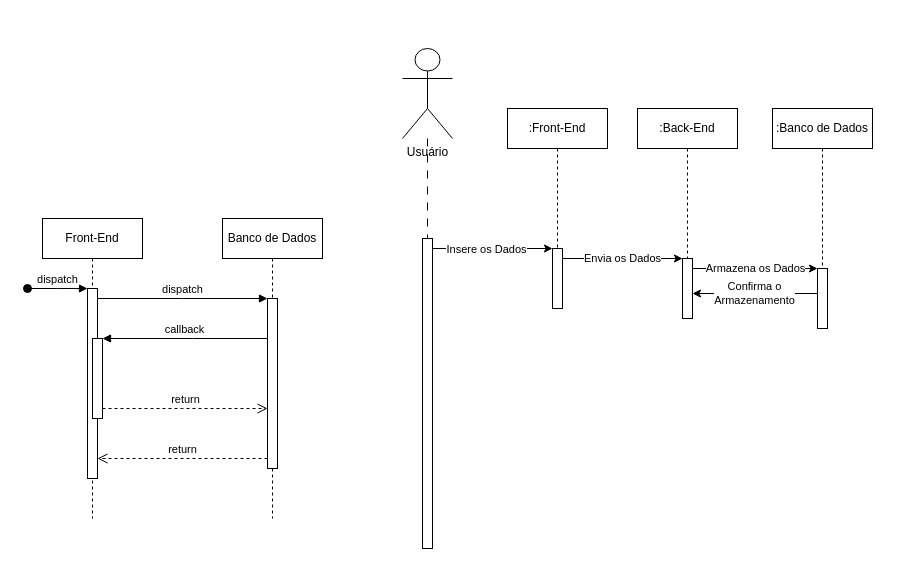
VerbalThree/OpenVoice keeps this draw.io diagram as misc/diagramas/Diagrama de Sequência/Diagrama de Sequência.drawio. Above is the earlier version. Source tidied: cells renumbered, new cells numbered last; positions are measured from the earlier drawing's top-left corner, leaving out a move shared by most shapes. Both pictures are drawn from the tidied source at 100%, with x=0, y=0 at pixel (27, 48).
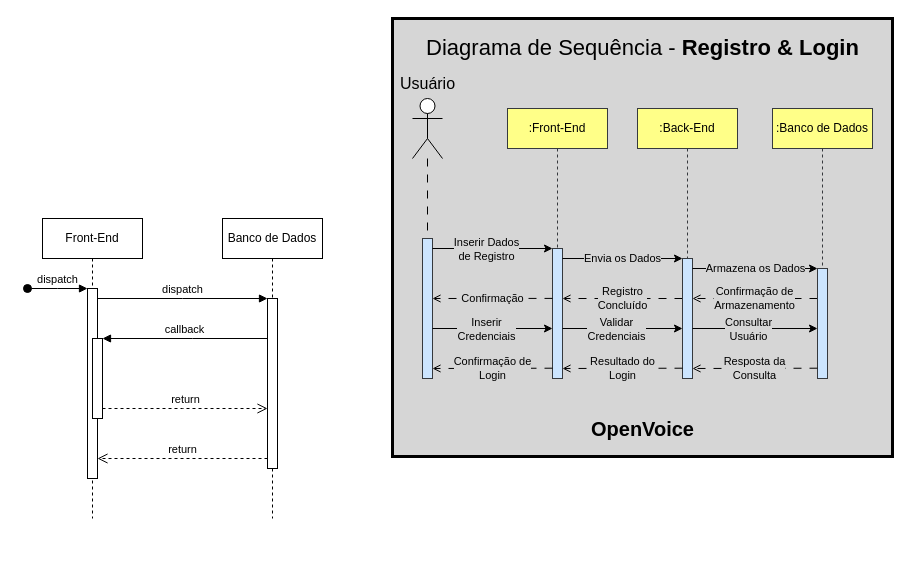
Above is the later version.

The change refers to these unchanged cells:
```xml
<mxCell id="19" style="endArrow=classic;html=1;rounded=0;" parent="1" edge="1" target="18">
  <mxGeometry relative="1" as="geometry">
    <mxPoint x="405" y="200" as="sourcePoint" />
    <Array as="points">
      <mxPoint x="465" y="200" />
    </Array>
  </mxGeometry>
</mxCell>
```

Change to the diagram source:
```diff
@@
+    <mxCell id="26" style="rounded=0;whiteSpace=wrap;html=1;font-weight:bold;strokeWidth=3;perimeterSpacing=0;fillColor=#D6D6D6;fillStyle=solid;" parent="1" vertex="1">
+      <mxGeometry x="365" y="-30" width="500" height="438" as="geometry" />
+    </mxCell>
@@
-    <mxCell id="13" value="Usuário" style="shape=umlActor;verticalLabelPosition=bottom;verticalAlign=top;html=1;outlineConnect=0;" parent="1" vertex="1">
-      <mxGeometry x="375" width="50" height="90" as="geometry" />
+    <mxCell id="13" style="shape=umlActor;verticalLabelPosition=bottom;verticalAlign=top;html=1;outlineConnect=0;" parent="1" vertex="1">
+      <mxGeometry x="385" y="50" width="30" height="60" as="geometry" />
     </mxCell>
-    <mxCell id="14" value=":Front-End" style="shape=umlLifeline;perimeter=lifelinePerimeter;whiteSpace=wrap;html=1;newEdgeStyle={&quot;edgeStyle&quot;:&quot;elbowEdgeStyle&quot;,&quot;elbow&quot;:&quot;vertical&quot;,&quot;curved&quot;:0,&quot;rounded&quot;:0};" parent="1" vertex="1">
+    <mxCell id="14" value=":Front-End" style="shape=umlLifeline;perimeter=lifelinePerimeter;whiteSpace=wrap;html=1;newEdgeStyle={&quot;edgeStyle&quot;:&quot;elbowEdgeStyle&quot;,&quot;elbow&quot;:&quot;vertical&quot;,&quot;curved&quot;:0,&quot;rounded&quot;:0};fillColor=#ffff88;strokeColor=#36393d;" parent="1" vertex="1">
       <mxGeometry x="480" y="60" width="100" height="150" as="geometry" />
     </mxCell>
-    <mxCell id="15" value=":Banco de Dados" style="shape=umlLifeline;perimeter=lifelinePerimeter;whiteSpace=wrap;html=1;newEdgeStyle={&quot;edgeStyle&quot;:&quot;elbowEdgeStyle&quot;,&quot;elbow&quot;:&quot;vertical&quot;,&quot;curved&quot;:0,&quot;rounded&quot;:0};" parent="1" vertex="1">
+    <mxCell id="15" value=":Banco de Dados" style="shape=umlLifeline;perimeter=lifelinePerimeter;whiteSpace=wrap;html=1;newEdgeStyle={&quot;edgeStyle&quot;:&quot;elbowEdgeStyle&quot;,&quot;elbow&quot;:&quot;vertical&quot;,&quot;curved&quot;:0,&quot;rounded&quot;:0};fillColor=#ffff88;strokeColor=#36393d;" parent="1" vertex="1">
       <mxGeometry x="745" y="60" width="100" height="160" as="geometry" />
     </mxCell>
-    <mxCell id="16" value=":Back-End" style="shape=umlLifeline;perimeter=lifelinePerimeter;whiteSpace=wrap;html=1;newEdgeStyle={&quot;edgeStyle&quot;:&quot;elbowEdgeStyle&quot;,&quot;elbow&quot;:&quot;vertical&quot;,&quot;curved&quot;:0,&quot;rounded&quot;:0};" parent="1" vertex="1">
+    <mxCell id="16" value=":Back-End" style="shape=umlLifeline;perimeter=lifelinePerimeter;whiteSpace=wrap;html=1;newEdgeStyle={&quot;edgeStyle&quot;:&quot;elbowEdgeStyle&quot;,&quot;elbow&quot;:&quot;vertical&quot;,&quot;curved&quot;:0,&quot;rounded&quot;:0};fillColor=#ffff88;strokeColor=#36393d;" parent="1" vertex="1">
       <mxGeometry x="610" y="60" width="100" height="150" as="geometry" />
     </mxCell>
-    <mxCell id="17" style="html=1;perimeter=orthogonalPerimeter;targetShapes=umlLifeline;newEdgeStyle={&quot;edgeStyle&quot;:&quot;elbowEdgeStyle&quot;,&quot;elbow&quot;:&quot;vertical&quot;,&quot;curved&quot;:0,&quot;rounded&quot;:0};" parent="1" vertex="1">
-      <mxGeometry x="395" y="190" width="10" height="310" as="geometry" />
+    <mxCell id="17" style="html=1;perimeter=orthogonalPerimeter;targetShapes=umlLifeline;newEdgeStyle={&quot;edgeStyle&quot;:&quot;elbowEdgeStyle&quot;,&quot;elbow&quot;:&quot;vertical&quot;,&quot;curved&quot;:0,&quot;rounded&quot;:0};fillColor=#cce5ff;strokeColor=#36393d;" parent="1" vertex="1">
+      <mxGeometry x="395" y="190" width="10" height="140" as="geometry" />
     </mxCell>
-    <mxCell id="18" style="html=1;points=[];perimeter=orthogonalPerimeter;outlineConnect=0;targetShapes=umlLifeline;portConstraint=eastwest;newEdgeStyle={&quot;edgeStyle&quot;:&quot;elbowEdgeStyle&quot;,&quot;elbow&quot;:&quot;vertical&quot;,&quot;curved&quot;:0,&quot;rounded&quot;:0};" parent="1" vertex="1">
-      <mxGeometry x="525" y="200" width="10" height="60" as="geometry" />
+    <mxCell id="18" style="html=1;points=[];perimeter=orthogonalPerimeter;outlineConnect=0;targetShapes=umlLifeline;portConstraint=eastwest;newEdgeStyle={&quot;edgeStyle&quot;:&quot;elbowEdgeStyle&quot;,&quot;elbow&quot;:&quot;vertical&quot;,&quot;curved&quot;:0,&quot;rounded&quot;:0};fillColor=#cce5ff;strokeColor=#36393d;" parent="1" vertex="1">
+      <mxGeometry x="525" y="200" width="10" height="130" as="geometry" />
     </mxCell>
@@
-    <mxCell id="20" value="Insere os Dados" style="edgeLabel;html=1;align=center;verticalAlign=middle;" parent="19" vertex="1">
+    <mxCell id="20" value="&lt;div&gt;Inserir Dados&lt;/div&gt;&lt;div&gt;de Registro&lt;br&gt;&lt;/div&gt;" style="edgeLabel;html=1;align=center;verticalAlign=middle;labelBackgroundColor=#d6d6d6;" parent="19" vertex="1">
       <mxGeometry x="-0.12" relative="1" as="geometry" />
     </mxCell>
+    <mxCell id="27" value="&lt;div&gt;Registro&lt;/div&gt;&lt;div&gt;Concluído&lt;br&gt;&lt;/div&gt;" style="edgeStyle=elbowEdgeStyle;rounded=0;orthogonalLoop=1;jettySize=auto;html=1;elbow=vertical;curved=0;dashed=1;dashPattern=8 8;endArrow=open;endFill=0;labelBackgroundColor=#d6d6d6;" parent="1" edge="1">
+      <mxGeometry relative="1" as="geometry">
+        <mxPoint x="655" y="250" as="sourcePoint" />
+        <mxPoint x="535" y="250" as="targetPoint" />
+      </mxGeometry>
+    </mxCell>
-    <mxCell id="21" style="html=1;points=[];perimeter=orthogonalPerimeter;outlineConnect=0;targetShapes=umlLifeline;portConstraint=eastwest;newEdgeStyle={&quot;edgeStyle&quot;:&quot;elbowEdgeStyle&quot;,&quot;elbow&quot;:&quot;vertical&quot;,&quot;curved&quot;:0,&quot;rounded&quot;:0};" parent="1" vertex="1">
-      <mxGeometry x="655" y="210" width="10" height="60" as="geometry" />
+    <mxCell id="21" style="html=1;points=[];perimeter=orthogonalPerimeter;outlineConnect=0;targetShapes=umlLifeline;portConstraint=eastwest;newEdgeStyle={&quot;edgeStyle&quot;:&quot;elbowEdgeStyle&quot;,&quot;elbow&quot;:&quot;vertical&quot;,&quot;curved&quot;:0,&quot;rounded&quot;:0};fillColor=#cce5ff;strokeColor=#36393d;" parent="1" vertex="1">
+      <mxGeometry x="655" y="210" width="10" height="120" as="geometry" />
     </mxCell>
-    <mxCell id="22" value="Envia os Dados" style="endArrow=classic;html=1;rounded=0;" parent="1" edge="1">
+    <mxCell id="22" value="Envia os Dados" style="endArrow=classic;html=1;rounded=0;labelBackgroundColor=#d6d6d6;" parent="1" edge="1">
       <mxGeometry relative="1" as="geometry">
         <mxPoint x="535" y="210" as="sourcePoint" />
         <mxPoint x="655" y="210" as="targetPoint" />
         <Array as="points">
           <mxPoint x="595" y="210" />
         </Array>
       </mxGeometry>
     </mxCell>
-    <mxCell id="23" value="&lt;div&gt;Confirma o&lt;/div&gt;&lt;div&gt;Armazenamento&lt;br&gt;&lt;/div&gt;" style="edgeStyle=elbowEdgeStyle;rounded=0;jettySize=auto;html=1;elbow=vertical;curved=0;" parent="1" edge="1" source="24" target="21">
-      <mxGeometry relative="1" as="geometry" />
+    <mxCell id="23" value="&lt;div&gt;Confirmação de&lt;br&gt;&lt;/div&gt;&lt;div&gt;Armazenamento&lt;br&gt;&lt;/div&gt;" style="edgeStyle=elbowEdgeStyle;rounded=0;orthogonalLoop=1;jettySize=auto;html=1;elbow=vertical;curved=0;dashed=1;dashPattern=8 8;endArrow=open;endFill=0;labelBackgroundColor=#d6d6d6;" parent="1" edge="1">
+      <mxGeometry relative="1" as="geometry">
+        <mxPoint x="790" y="250" as="sourcePoint" />
+        <mxPoint x="665" y="250" as="targetPoint" />
+      </mxGeometry>
     </mxCell>
-    <mxCell id="24" style="html=1;points=[];perimeter=orthogonalPerimeter;outlineConnect=0;targetShapes=umlLifeline;portConstraint=eastwest;newEdgeStyle={&quot;edgeStyle&quot;:&quot;elbowEdgeStyle&quot;,&quot;elbow&quot;:&quot;vertical&quot;,&quot;curved&quot;:0,&quot;rounded&quot;:0};" parent="1" vertex="1">
-      <mxGeometry x="790" y="220" width="10" height="60" as="geometry" />
+    <mxCell id="24" style="html=1;points=[];perimeter=orthogonalPerimeter;outlineConnect=0;targetShapes=umlLifeline;portConstraint=eastwest;newEdgeStyle={&quot;edgeStyle&quot;:&quot;elbowEdgeStyle&quot;,&quot;elbow&quot;:&quot;vertical&quot;,&quot;curved&quot;:0,&quot;rounded&quot;:0};fillColor=#cce5ff;strokeColor=#36393d;" parent="1" vertex="1">
+      <mxGeometry x="790" y="220" width="10" height="110" as="geometry" />
     </mxCell>
-    <mxCell id="25" value="Armazena os Dados" style="endArrow=classic;html=1;rounded=0;" parent="1" edge="1">
+    <mxCell id="25" value="Armazena os Dados" style="endArrow=classic;html=1;rounded=0;labelBackgroundColor=#d6d6d6;" parent="1" edge="1">
       <mxGeometry relative="1" as="geometry">
         <mxPoint x="665" y="220" as="sourcePoint" />
         <mxPoint x="790" y="220" as="targetPoint" />
         <Array as="points">
           <mxPoint x="720.5" y="220" />
         </Array>
       </mxGeometry>
     </mxCell>
+    <mxCell id="28" value="Confirmação" style="edgeStyle=elbowEdgeStyle;rounded=0;orthogonalLoop=1;jettySize=auto;html=1;elbow=vertical;curved=0;dashed=1;dashPattern=8 8;endArrow=open;endFill=0;labelBackgroundColor=#d6d6d6;" parent="1" edge="1">
+      <mxGeometry relative="1" as="geometry">
+        <mxPoint x="525" y="249.9" as="sourcePoint" />
+        <mxPoint x="405" y="249.9" as="targetPoint" />
+      </mxGeometry>
+    </mxCell>
+    <mxCell id="29" style="endArrow=classic;html=1;rounded=0;" parent="1" edge="1">
+      <mxGeometry relative="1" as="geometry">
+        <mxPoint x="405" y="280" as="sourcePoint" />
+        <mxPoint x="525" y="280" as="targetPoint" />
+        <Array as="points">
+          <mxPoint x="465" y="280" />
+        </Array>
+      </mxGeometry>
+    </mxCell>
+    <mxCell id="30" value="&lt;div&gt;Inserir&lt;/div&gt;&lt;div&gt;Credenciais&lt;br&gt;&lt;/div&gt;" style="edgeLabel;html=1;align=center;verticalAlign=middle;labelBackgroundColor=#d6d6d6;" parent="29" vertex="1">
+      <mxGeometry x="-0.12" relative="1" as="geometry" />
+    </mxCell>
+    <mxCell id="31" style="endArrow=classic;html=1;rounded=0;" parent="1" edge="1">
+      <mxGeometry relative="1" as="geometry">
+        <mxPoint x="535" y="280" as="sourcePoint" />
+        <mxPoint x="655" y="280" as="targetPoint" />
+        <Array as="points">
+          <mxPoint x="595" y="280" />
+        </Array>
+      </mxGeometry>
+    </mxCell>
+    <mxCell id="32" value="&lt;div&gt;Validar&lt;/div&gt;&lt;div&gt;Credenciais&lt;br&gt;&lt;/div&gt;" style="edgeLabel;html=1;align=center;verticalAlign=middle;labelBackgroundColor=#d6d6d6;" parent="31" vertex="1">
+      <mxGeometry x="-0.12" relative="1" as="geometry" />
+    </mxCell>
+    <mxCell id="33" style="endArrow=classic;html=1;rounded=0;" parent="1" edge="1">
+      <mxGeometry relative="1" as="geometry">
+        <mxPoint x="665" y="280" as="sourcePoint" />
+        <mxPoint x="790" y="280" as="targetPoint" />
+        <Array as="points">
+          <mxPoint x="725" y="280" />
+        </Array>
+      </mxGeometry>
+    </mxCell>
+    <mxCell id="34" value="&lt;div&gt;Consultar&lt;/div&gt;&lt;div&gt;Usuário&lt;br&gt;&lt;/div&gt;" style="edgeLabel;html=1;align=center;verticalAlign=middle;labelBackgroundColor=#d6d6d6;" parent="33" vertex="1">
+      <mxGeometry x="-0.12" relative="1" as="geometry" />
+    </mxCell>
+    <mxCell id="35" value="&lt;div&gt;Resposta da&lt;/div&gt;&lt;div&gt;Consulta&lt;br&gt;&lt;/div&gt;" style="edgeStyle=elbowEdgeStyle;rounded=0;orthogonalLoop=1;jettySize=auto;html=1;elbow=vertical;curved=0;dashed=1;dashPattern=8 8;endArrow=open;endFill=0;labelBackgroundColor=#d6d6d6;" parent="1" edge="1">
+      <mxGeometry relative="1" as="geometry">
+        <mxPoint x="790" y="319.7" as="sourcePoint" />
+        <mxPoint x="665" y="319.7" as="targetPoint" />
+      </mxGeometry>
+    </mxCell>
+    <mxCell id="36" value="&lt;div&gt;Resultado do&lt;/div&gt;&lt;div&gt;Login&lt;br&gt;&lt;/div&gt;" style="edgeStyle=elbowEdgeStyle;rounded=0;orthogonalLoop=1;jettySize=auto;html=1;elbow=vertical;curved=0;dashed=1;dashPattern=8 8;endArrow=open;endFill=0;labelBackgroundColor=#d6d6d6;" parent="1" edge="1">
+      <mxGeometry relative="1" as="geometry">
+        <mxPoint x="655" y="319.7" as="sourcePoint" />
+        <mxPoint x="535" y="319.7" as="targetPoint" />
+      </mxGeometry>
+    </mxCell>
+    <mxCell id="37" value="&lt;div&gt;Confirmação de&lt;/div&gt;&lt;div&gt;Login&lt;br&gt;&lt;/div&gt;" style="edgeStyle=elbowEdgeStyle;rounded=0;orthogonalLoop=1;jettySize=auto;html=1;elbow=vertical;curved=0;dashed=1;dashPattern=8 8;endArrow=open;endFill=0;labelBackgroundColor=#d6d6d6;" parent="1" edge="1">
+      <mxGeometry relative="1" as="geometry">
+        <mxPoint x="525" y="319.7" as="sourcePoint" />
+        <mxPoint x="405" y="319.7" as="targetPoint" />
+      </mxGeometry>
+    </mxCell>
+    <mxCell id="38" value="&lt;font style=&quot;font-size: 22px;&quot;&gt;Diagrama de Sequência - &lt;b&gt;Registro &amp;amp; Login&lt;br&gt;&lt;/b&gt;&lt;/font&gt;" style="text;html=1;align=center;verticalAlign=middle;strokeColor=none;fillColor=none;" parent="1" vertex="1">
+      <mxGeometry x="385" y="-20" width="460" height="40" as="geometry" />
+    </mxCell>
+    <mxCell id="39" value="&lt;font style=&quot;font-size: 20px;&quot;&gt;&lt;b&gt;OpenVoice&lt;/b&gt;&lt;/font&gt;" style="text;html=1;align=center;verticalAlign=middle;strokeColor=none;fillColor=none;" parent="1" vertex="1">
+      <mxGeometry x="550" y="360" width="130" height="40" as="geometry" />
+    </mxCell>
+    <mxCell id="40" value="&lt;font style=&quot;font-size: 16px;&quot;&gt;Usuário&lt;/font&gt;" style="text;html=1;align=center;verticalAlign=middle;strokeColor=none;fillColor=none;" parent="1" vertex="1">
+      <mxGeometry x="360" y="20" width="80" height="30" as="geometry" />
+    </mxCell>
```
